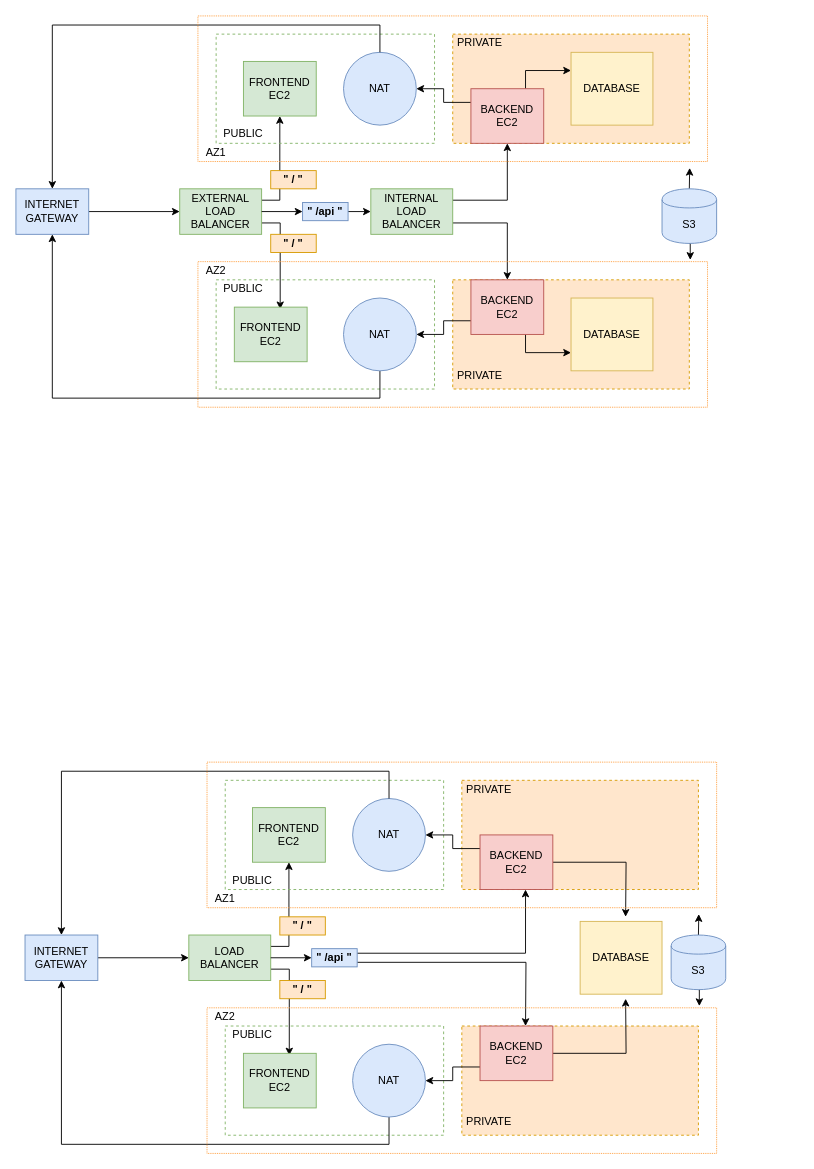
Earlier version of the draw.io diagram SymtrainArchitecture2.drawio (kajol-tiwari/SymtrainArchitecture). Source tidied: cells renumbered, new cells numbered last; positions are measured from the earlier drawing's top-left corner, leaving out a move shared by most shapes. Both pictures are drawn from the tidied source at 91%, with x=0, y=0 at pixel (15, 15).
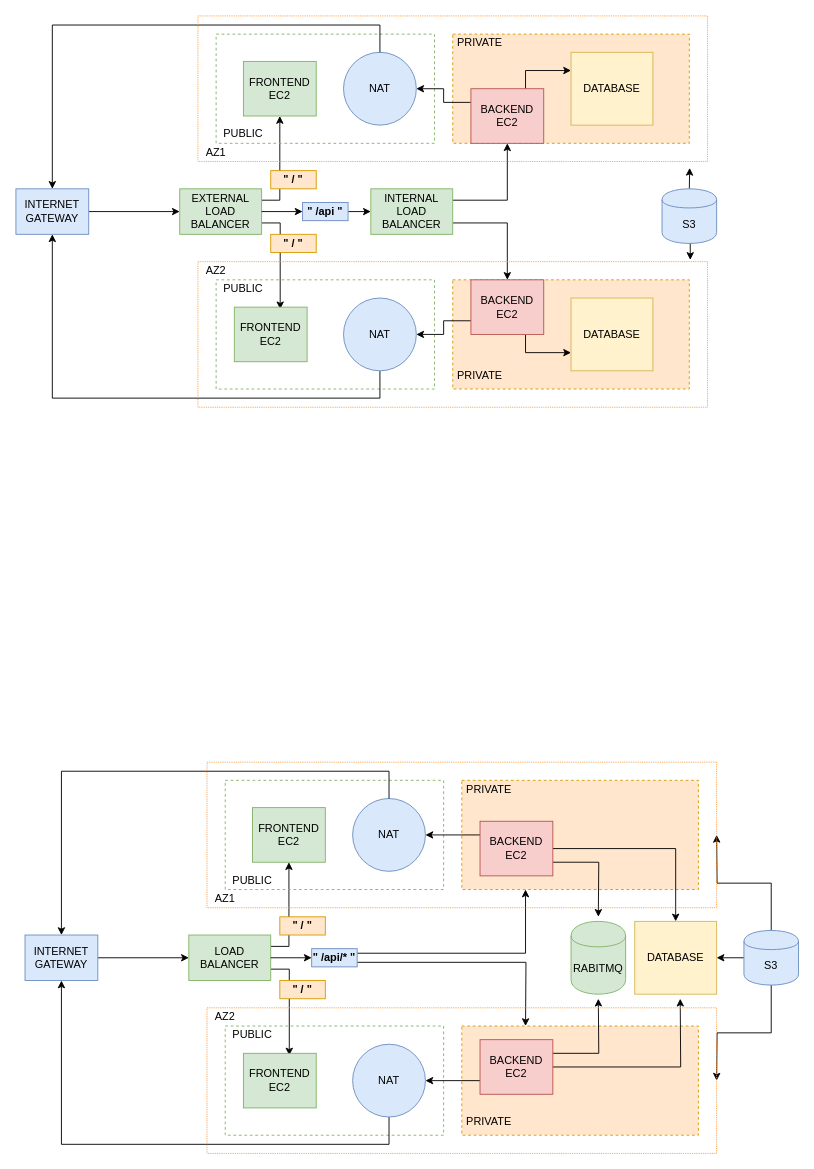
The same diagram, later.

What changed in the source:
```diff
@@
-    <mxCell id="61" style="edgeStyle=orthogonalEdgeStyle;rounded=0;jettySize=auto;html=1;exitX=1;exitY=0.5;exitDx=0;exitDy=0;" parent="1" edge="1" source="62">
-      <mxGeometry relative="1" as="geometry">
-        <mxPoint x="670" y="990" as="targetPoint" />
-      </mxGeometry>
-    </mxCell>
+    <mxCell id="83" style="edgeStyle=orthogonalEdgeStyle;rounded=0;jettySize=auto;html=1;exitX=1;exitY=0.5;exitDx=0;exitDy=0;entryX=0.5;entryY=0;entryDx=0;entryDy=0;" parent="1" edge="1" source="62" target="68">
+      <mxGeometry relative="1" as="geometry" />
+    </mxCell>
+    <mxCell id="84" style="edgeStyle=orthogonalEdgeStyle;rounded=0;jettySize=auto;html=1;exitX=1;exitY=0.75;exitDx=0;exitDy=0;" parent="1" edge="1" source="62">
+      <mxGeometry relative="1" as="geometry">
+        <mxPoint x="640" y="990" as="targetPoint" />
+      </mxGeometry>
+    </mxCell>
     <mxCell id="62" value="BACKEND&lt;br&gt;EC2" style="rounded=0;whiteSpace=wrap;html=1;fillColor=#f8cecc;strokeColor=#b85450;" parent="1" vertex="1">
-      <mxGeometry x="510" y="900" width="80" height="60" as="geometry" />
+      <mxGeometry x="510" y="885" width="80" height="60" as="geometry" />
     </mxCell>
@@
-    <mxCell id="64" style="edgeStyle=orthogonalEdgeStyle;rounded=0;jettySize=auto;html=1;exitX=1;exitY=0.5;exitDx=0;exitDy=0;" parent="1" edge="1" source="65">
-      <mxGeometry relative="1" as="geometry">
-        <mxPoint x="670" y="1080" as="targetPoint" />
-      </mxGeometry>
-    </mxCell>
+    <mxCell id="85" style="edgeStyle=orthogonalEdgeStyle;rounded=0;jettySize=auto;html=1;exitX=1;exitY=0.5;exitDx=0;exitDy=0;" parent="1" edge="1" source="65">
+      <mxGeometry relative="1" as="geometry">
+        <mxPoint x="730" y="1080" as="targetPoint" />
+      </mxGeometry>
+    </mxCell>
+    <mxCell id="86" style="edgeStyle=orthogonalEdgeStyle;rounded=0;jettySize=auto;html=1;exitX=1;exitY=0.25;exitDx=0;exitDy=0;" parent="1" edge="1" source="65">
+      <mxGeometry relative="1" as="geometry">
+        <mxPoint x="640" y="1080" as="targetPoint" />
+      </mxGeometry>
+    </mxCell>
     <mxCell id="65" value="BACKEND&lt;br&gt;EC2" style="rounded=0;whiteSpace=wrap;html=1;fillColor=#f8cecc;strokeColor=#b85450;" parent="1" vertex="1">
-      <mxGeometry x="510" y="1110" width="80" height="60" as="geometry" />
+      <mxGeometry x="510" y="1125" width="80" height="60" as="geometry" />
     </mxCell>
@@
     <mxCell id="68" value="DATABASE" style="rounded=0;whiteSpace=wrap;html=1;fillColor=#fff2cc;strokeColor=#d6b656;" parent="1" vertex="1">
-      <mxGeometry x="620" y="995" width="90" height="80" as="geometry" />
+      <mxGeometry x="680" y="995" width="90" height="80" as="geometry" />
     </mxCell>
-    <mxCell id="69" style="edgeStyle=orthogonalEdgeStyle;rounded=0;jettySize=auto;html=1;exitX=0.5;exitY=0;exitDx=0;exitDy=0;entryX=0.965;entryY=1.044;entryDx=0;entryDy=0;entryPerimeter=0;" parent="1" edge="1" source="71">
-      <mxGeometry relative="1" as="geometry">
-        <mxPoint x="750.4" y="987" as="targetPoint" />
-      </mxGeometry>
-    </mxCell>
-    <mxCell id="70" style="edgeStyle=orthogonalEdgeStyle;rounded=0;jettySize=auto;html=1;exitX=0.5;exitY=1;exitDx=0;exitDy=0;entryX=0.966;entryY=-0.012;entryDx=0;entryDy=0;entryPerimeter=0;" parent="1" edge="1" source="71">
-      <mxGeometry relative="1" as="geometry">
-        <mxPoint x="751" y="1088.1" as="targetPoint" />
-      </mxGeometry>
-    </mxCell>
+    <mxCell id="87" style="edgeStyle=orthogonalEdgeStyle;rounded=0;jettySize=auto;html=1;exitX=0;exitY=0.5;exitDx=0;exitDy=0;entryX=1;entryY=0.5;entryDx=0;entryDy=0;" parent="1" edge="1" source="71" target="68">
+      <mxGeometry relative="1" as="geometry" />
+    </mxCell>
+    <mxCell id="88" style="edgeStyle=orthogonalEdgeStyle;rounded=0;jettySize=auto;html=1;exitX=0.5;exitY=0;exitDx=0;exitDy=0;entryX=1;entryY=0.5;entryDx=0;entryDy=0;" parent="1" edge="1" source="71">
+      <mxGeometry relative="1" as="geometry">
+        <mxPoint x="770" y="900" as="targetPoint" />
+      </mxGeometry>
+    </mxCell>
+    <mxCell id="89" style="edgeStyle=orthogonalEdgeStyle;rounded=0;jettySize=auto;html=1;exitX=0.5;exitY=1;exitDx=0;exitDy=0;entryX=1;entryY=0.5;entryDx=0;entryDy=0;" parent="1" edge="1" source="71">
+      <mxGeometry relative="1" as="geometry">
+        <mxPoint x="770" y="1170" as="targetPoint" />
+      </mxGeometry>
+    </mxCell>
     <mxCell id="71" value="S3" style="shape=cylinder;whiteSpace=wrap;html=1;boundedLbl=1;backgroundOutline=1;fillColor=#dae8fc;strokeColor=#6c8ebf;" parent="1" vertex="1">
-      <mxGeometry x="720" y="1010" width="60" height="60" as="geometry" />
+      <mxGeometry x="800" y="1005" width="60" height="60" as="geometry" />
     </mxCell>
@@
-    <mxCell id="79" value="&lt;b&gt;&quot; /api &quot;&lt;/b&gt;" style="rounded=0;whiteSpace=wrap;html=1;fillColor=#dae8fc;strokeColor=#6c8ebf;" parent="1" vertex="1">
+    <mxCell id="79" value="&lt;b&gt;&quot; /api/* &quot;&lt;/b&gt;" style="rounded=0;whiteSpace=wrap;html=1;fillColor=#dae8fc;strokeColor=#6c8ebf;" parent="1" vertex="1">
       <mxGeometry x="325" y="1025" width="50" height="20" as="geometry" />
     </mxCell>
@@
+    <mxCell id="90" value="RABITMQ" style="shape=cylinder;whiteSpace=wrap;html=1;boundedLbl=1;backgroundOutline=1;fillColor=#d5e8d4;strokeColor=#82b366;" parent="1" vertex="1">
+      <mxGeometry x="610" y="995" width="60" height="80" as="geometry" />
+    </mxCell>
```
